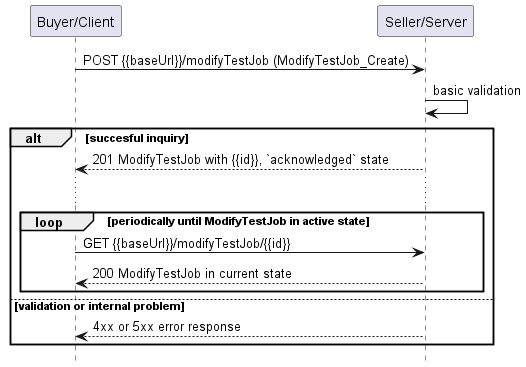
This is documentation/serviceApi/sft/serviceTest/media/useCase10Polling.png from MEF-GIT/MEF-LSO-Legato-SDK, a PlantUML export, as it was before one commit.
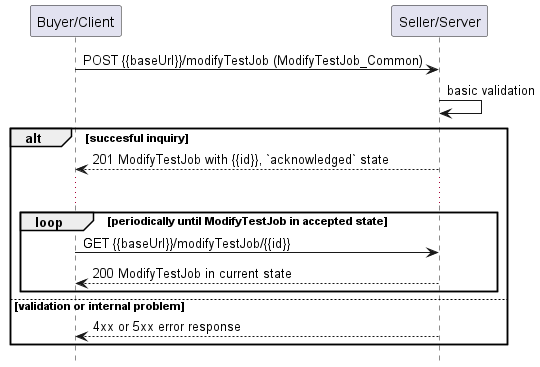
After the commit.

Change to the diagram source:
```diff
@@ -5,7 +5,7 @@
 participant "Seller/Server" as S
 
 
-B -> S : POST {{baseUrl}}/modifyTestJob (ModifyTestJob_Create)
+B -> S : POST {{baseUrl}}/modifyTestJob (ModifyTestJob_Common)
 S -> S : basic validation
 
 alt succesful inquiry
@@ -13,7 +13,7 @@
 
   ...
 
-  loop periodically until ModifyTestJob in active state
+  loop periodically until ModifyTestJob in accepted state
       B -> S :   GET {{baseUrl}}/modifyTestJob/{{id}}
       return 200 ModifyTestJob in current state
   end
```
